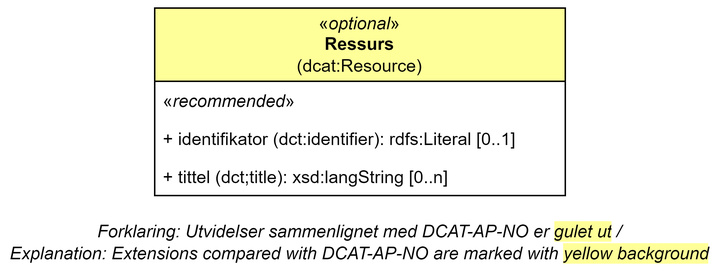
Before: docs/images/cdvno-resource.png, a diagram exported from draw.io (Informasjonsforvaltning/cdvno). Source tidied: cells renumbered, new cells last; positions are measured from the earlier drawing's top-left corner, leaving out a move shared by most shapes.
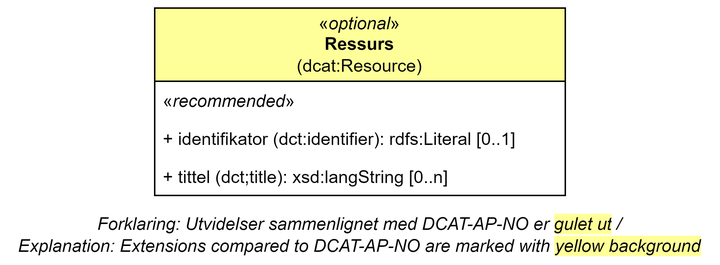
Above is the later version.

Commit message:
Oppdaterer tegninger

Diff of the diagram source:
```diff
@@ -14,8 +14,8 @@
     <mxCell id="5" value="+&amp;nbsp;tittel (dct;title): xsd:langString [0..n]" style="text;strokeColor=none;fillColor=none;align=left;verticalAlign=top;spacingLeft=4;spacingRight=4;overflow=hidden;whiteSpace=wrap;html=1;" parent="2" vertex="1">
       <mxGeometry y="102" width="280" height="26" as="geometry" />
     </mxCell>
-    <mxCell id="6" value="Forklaring: Utvidelser sammenlignet med DCAT-AP-NO er&amp;nbsp;&lt;span style=&quot;background-color: rgb(255, 255, 153);&quot;&gt;gulet ut&lt;/span&gt;&lt;span style=&quot;background-color: rgb(255 , 255 , 255)&quot;&gt;&amp;nbsp;/ &lt;br&gt;Explanation: Extensions compared with DCAT-AP-NO&amp;nbsp;are marked with&amp;nbsp;&lt;/span&gt;&lt;span style=&quot;background-color: rgb(255, 255, 153);&quot;&gt;yellow background&lt;/span&gt;" style="text;html=1;strokeColor=none;fillColor=none;align=center;verticalAlign=middle;whiteSpace=wrap;rounded=0;fontStyle=2;" parent="1" vertex="1">
-      <mxGeometry y="150" width="480" height="20" as="geometry" />
+    <mxCell id="6" value="Forklaring: Utvidelser sammenlignet med DCAT-AP-NO er&amp;nbsp;&lt;span style=&quot;background-color: rgb(255, 255, 153);&quot;&gt;gulet ut&lt;/span&gt;&lt;span style=&quot;background-color: rgb(255 , 255 , 255)&quot;&gt;&amp;nbsp;/ &lt;br&gt;Explanation: Extensions compared to DCAT-AP-NO&amp;nbsp;are marked with&amp;nbsp;&lt;/span&gt;&lt;span style=&quot;background-color: rgb(255, 255, 153);&quot;&gt;yellow background&lt;/span&gt;" style="text;html=1;strokeColor=none;fillColor=none;align=center;verticalAlign=middle;whiteSpace=wrap;rounded=0;fontStyle=2;" parent="1" vertex="1">
+      <mxGeometry y="140" width="480" height="30" as="geometry" />
     </mxCell>
   </root>
 </mxGraphModel>
```
